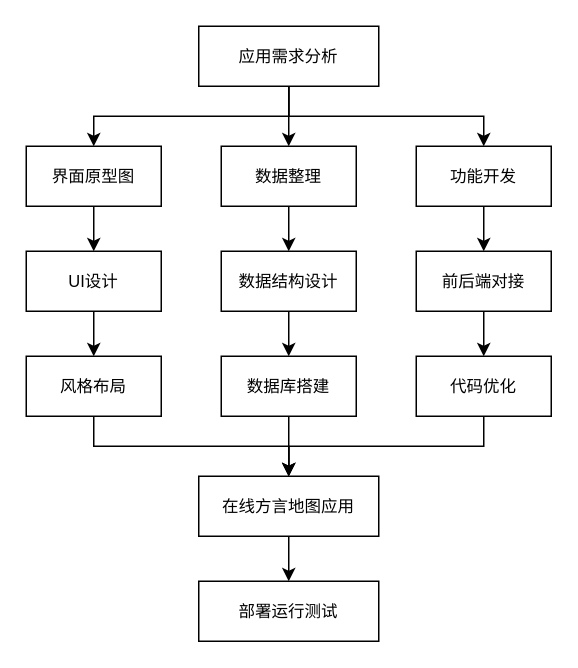
Above: 毕业论文1.drawio in lexinhu/diagrams (draw.io), before the change. Source tidied: cells renumbered, new cells numbered last; positions are measured from the earlier drawing's top-left corner, leaving out a move shared by most shapes. Both pictures are drawn from the tidied source at 150%, with x=0, y=0 at pixel (26, 26).
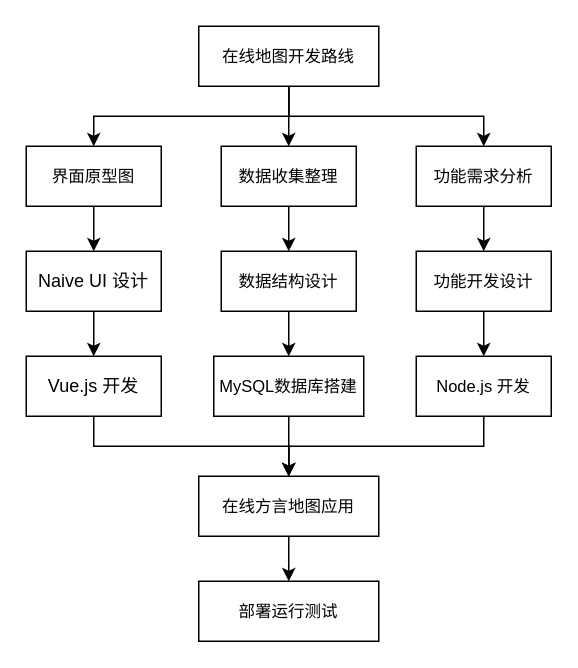
After the change.

Commit message:
更新毕业论文1.drawio

Diff of the diagram source:
```diff
@@
-    <mxCell id="5" value="&lt;font style=&quot;font-size: 11px;&quot;&gt;数据整理&lt;/font&gt;" style="rounded=0;whiteSpace=wrap;html=1;" parent="1" vertex="1">
+    <mxCell id="5" value="&lt;font style=&quot;font-size: 11px;&quot;&gt;数据收集整理&lt;/font&gt;" style="rounded=0;whiteSpace=wrap;html=1;" parent="1" vertex="1">
       <mxGeometry x="130" y="80" width="90" height="40" as="geometry" />
     </mxCell>
@@
-    <mxCell id="7" value="&lt;font style=&quot;font-size: 11px;&quot;&gt;UI设计&lt;/font&gt;" style="rounded=0;whiteSpace=wrap;html=1;" parent="1" vertex="1">
+    <mxCell id="7" value="Naive UI 设计" style="rounded=0;whiteSpace=wrap;html=1;" parent="1" vertex="1">
       <mxGeometry y="150" width="90" height="40" as="geometry" />
     </mxCell>
@@
-    <mxCell id="9" value="&lt;font style=&quot;font-size: 11px;&quot;&gt;风格布局&lt;/font&gt;" style="rounded=0;whiteSpace=wrap;html=1;" parent="1" vertex="1">
+    <mxCell id="9" value="Vue.js 开发" style="rounded=0;whiteSpace=wrap;html=1;" parent="1" vertex="1">
       <mxGeometry y="220" width="90" height="40" as="geometry" />
     </mxCell>
@@
-    <mxCell id="13" value="&lt;font style=&quot;font-size: 11px;&quot;&gt;数据库搭建&lt;/font&gt;" style="rounded=0;whiteSpace=wrap;html=1;" parent="1" vertex="1">
-      <mxGeometry x="130" y="220" width="90" height="40" as="geometry" />
+    <mxCell id="13" value="&lt;font style=&quot;font-size: 11px;&quot;&gt;MySQL数据库搭建&lt;/font&gt;" style="rounded=0;whiteSpace=wrap;html=1;" parent="1" vertex="1">
+      <mxGeometry x="125" y="220" width="100" height="40" as="geometry" />
     </mxCell>
@@
-    <mxCell id="15" value="&lt;font style=&quot;font-size: 11px;&quot;&gt;功能开发&lt;/font&gt;" style="rounded=0;whiteSpace=wrap;html=1;" parent="1" vertex="1">
+    <mxCell id="15" value="&lt;font style=&quot;font-size: 11px;&quot;&gt;功能需求分析&lt;/font&gt;" style="rounded=0;whiteSpace=wrap;html=1;" parent="1" vertex="1">
       <mxGeometry x="260" y="80" width="90" height="40" as="geometry" />
     </mxCell>
@@
-    <mxCell id="17" value="&lt;font style=&quot;font-size: 11px;&quot;&gt;代码优化&lt;/font&gt;" style="rounded=0;whiteSpace=wrap;html=1;" parent="1" vertex="1">
+    <mxCell id="17" value="&lt;font style=&quot;font-size: 11px;&quot;&gt;Node.js 开发&lt;/font&gt;" style="rounded=0;whiteSpace=wrap;html=1;" parent="1" vertex="1">
       <mxGeometry x="260" y="220" width="90" height="40" as="geometry" />
     </mxCell>
@@
-    <mxCell id="19" value="&lt;font style=&quot;font-size: 11px;&quot;&gt;前后端对接&lt;/font&gt;" style="rounded=0;whiteSpace=wrap;html=1;" parent="1" vertex="1">
+    <mxCell id="19" value="&lt;font style=&quot;font-size: 11px;&quot;&gt;功能开发设计&lt;/font&gt;" style="rounded=0;whiteSpace=wrap;html=1;" parent="1" vertex="1">
       <mxGeometry x="260" y="150" width="90" height="40" as="geometry" />
     </mxCell>
@@
-    <mxCell id="26" value="&lt;font style=&quot;font-size: 11px;&quot;&gt;应用需求分析&lt;/font&gt;" style="rounded=0;whiteSpace=wrap;html=1;" parent="1" vertex="1">
+    <mxCell id="26" value="&lt;font style=&quot;font-size: 11px;&quot;&gt;在线地图开发路线&lt;/font&gt;" style="rounded=0;whiteSpace=wrap;html=1;" parent="1" vertex="1">
       <mxGeometry x="115" width="120" height="40" as="geometry" />
     </mxCell>
```
